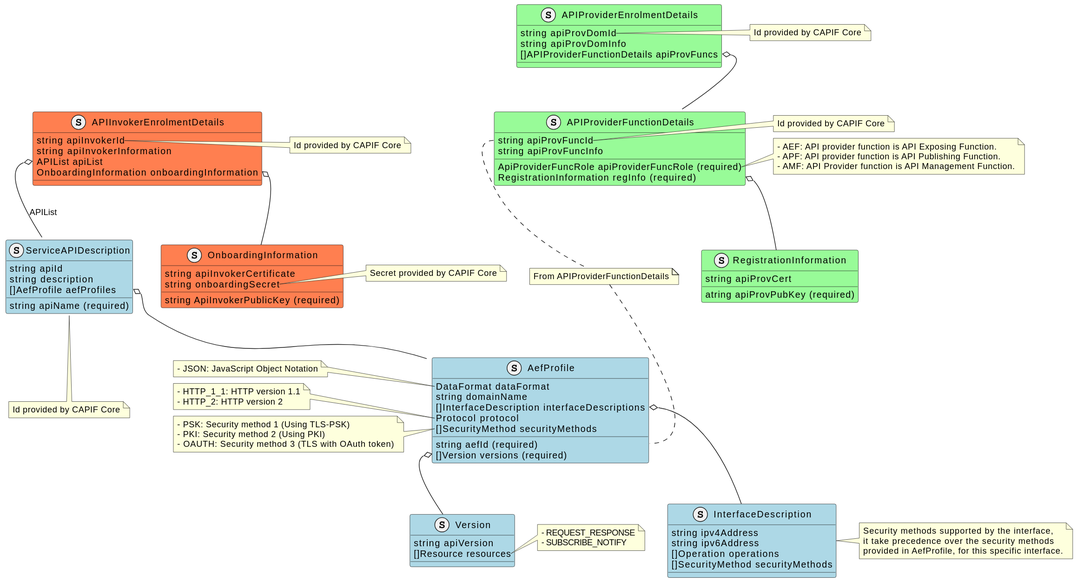
Earlier version of the PlantUML export capifcore/docs/diagrams/Information in rApp registration.svg (o-ran-sc/nonrtric-plt-sme).
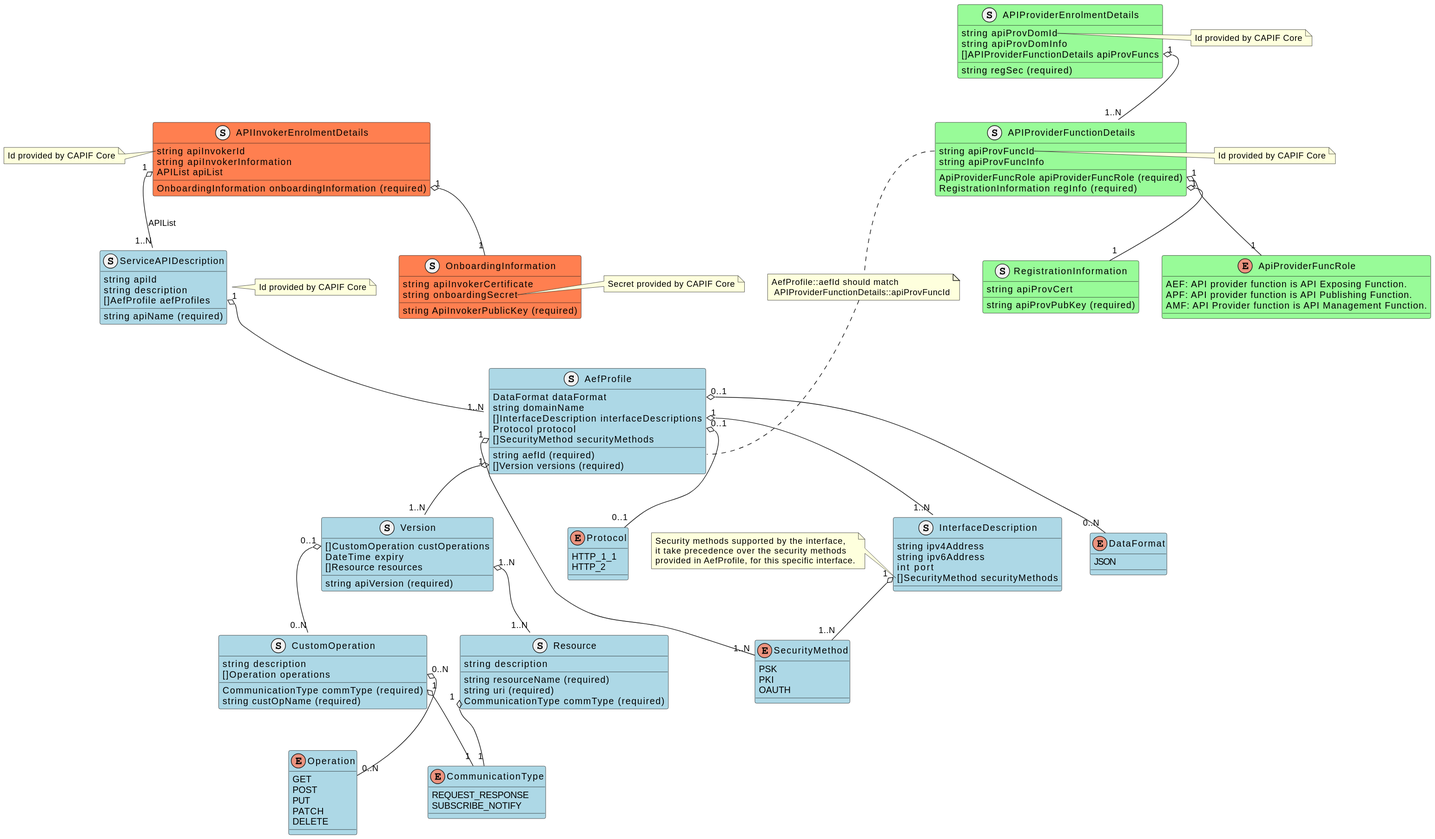
The same file after the commit.

Change to the diagram source:
```diff
@@ -3,6 +3,7 @@
     string apiProvDomId
     string apiProvDomInfo
     []APIProviderFunctionDetails apiProvFuncs
+    string regSec (required)
 }
 note right of APIProviderEnrolmentDetails::apiProvDomId
     Id provided by CAPIF Core
@@ -16,17 +17,18 @@
 note right of APIProviderFunctionDetails::apiProvFuncId
     Id provided by CAPIF Core
 end note
-note right of APIProviderFunctionDetails::apiProviderFuncRole
-    - AEF: API provider function is API Exposing Function.
-    - APF: API provider function is API Publishing Function.
-    - AMF: API Provider function is API Management Function.
-end note
+enum ApiProviderFuncRole #palegreen {
+    AEF: API provider function is API Exposing Function.
+    APF: API provider function is API Publishing Function.
+    AMF: API Provider function is API Management Function.
+}
 struct RegistrationInformation #palegreen {
     string apiProvCert
-    atring apiProvPubKey (required)
+    string apiProvPubKey (required)
 }
-APIProviderEnrolmentDetails::apiProvFuncs o-- APIProviderFunctionDetails
-APIProviderFunctionDetails::regInfo o-- RegistrationInformation
+APIProviderEnrolmentDetails::apiProvFuncs "1" o-- "1..N" APIProviderFunctionDetails
+APIProviderFunctionDetails::regInfo "1" o-- "1" RegistrationInformation
+APIProviderFunctionDetails::apiProviderFuncRole "1" o-- "1" ApiProviderFuncRole
 
 struct ServiceAPIDescription #lightblue {
     string apiId
@@ -34,7 +36,7 @@
     string description
     []AefProfile aefProfiles
 }
-note bottom of ServiceAPIDescription
+note right of ServiceAPIDescription
     Id provided by CAPIF Core
 end note
 struct AefProfile #lightblue {
@@ -46,49 +48,79 @@
     []SecurityMethod securityMethods
     []Version versions (required)
 }
-note left of AefProfile::dataFormat
-    - JSON: JavaScript Object Notation
-end note
-note left of AefProfile::protocol
-    - HTTP_1_1: HTTP version 1.1
-    - HTTP_2: HTTP version 2
-end note
-note left of AefProfile::securityMethods
-    - PSK: Security method 1 (Using TLS-PSK)
-    - PKI: Security method 2 (Using PKI)
-    - OAUTH: Security method 3 (TLS with OAuth token)
-end note
-note "From APIProviderFunctionDetails" as aefIdRel
+enum DataFormat #lightblue {
+    JSON
+}
+enum Protocol #lightblue {
+    HTTP_1_1
+    HTTP_2
+}
+note "AefProfile::aefId should match\n APIProviderFunctionDetails::apiProvFuncId" as aefIdRel
 APIProviderFunctionDetails::apiProvFuncId .. aefIdRel
 aefIdRel .. AefProfile::aefId
 struct InterfaceDescription #lightblue {
     string ipv4Address
     string ipv6Address
-    []Operation operations
+    int port
     []SecurityMethod securityMethods
 }
-note right of InterfaceDescription
+note left of InterfaceDescription::securityMethods
     Security methods supported by the interface,
     it take precedence over the security methods
     provided in AefProfile, for this specific interface.
 end note
 struct Version #lightblue {
-    string apiVersion
+    []CustomOperation custOperations
+    DateTime expiry
     []Resource resources
+    string apiVersion (required)
 }
-note right of Version::resources
-    - REQUEST_RESPONSE
-    - SUBSCRIBE_NOTIFY
-end note
-ServiceAPIDescription::aefProfiles o-- AefProfile
-AefProfile::interfaceDescriptions o-- InterfaceDescription
-AefProfile::versions o-- Version
+struct CustomOperation #lightblue {
+	CommunicationType commType (required)
+    string custOpName (required)
+    string description
+    []Operation operations
+}
+enum Operation #lightblue {
+    GET
+    POST
+    PUT
+    PATCH
+    DELETE
+}
+enum SecurityMethod #lightblue {
+    PSK
+    PKI
+    OAUTH
+}
+struct Resource #lightblue {
+    string resourceName (required)
+    string uri (required)
+    CommunicationType commType (required)
+    string description
+}
+enum CommunicationType #lightblue {
+    REQUEST_RESPONSE
+    SUBSCRIBE_NOTIFY
+}
+ServiceAPIDescription::aefProfiles "1" o-- "1..N" AefProfile
+AefProfile::interfaceDescriptions "1" o-- "1..N" InterfaceDescription
+AefProfile::protocol "0..1" o-- "0..1" Protocol
+AefProfile::securityMethods "1" o-- "1..N" SecurityMethod
+AefProfile::dataFormat "0..1" o-- "0..N" DataFormat
+InterfaceDescription::securityMethods "1" o-- "1..N" SecurityMethod
+AefProfile::versions "1" o-- "1..N" Version
+Version::resources "1..N" o-- "1..N" Resource
+Version::custOperations "0..1" o-- "0..N" CustomOperation
+CustomOperation::CommunicationType "1" o-- "1" CommunicationType
+CustomOperation::operations "0..N" o-- "0..N" Operation
+Resource::commType "1" o-- "1" CommunicationType
 
 struct APIInvokerEnrolmentDetails #coral {
     string apiInvokerId
     string apiInvokerInformation
     APIList apiList
-    OnboardingInformation onboardingInformation
+    OnboardingInformation onboardingInformation (required)
 }
 struct OnboardingInformation #coral {
     string apiInvokerCertificate
@@ -98,9 +130,9 @@
 note right of OnboardingInformation::onboardingSecret
     Secret provided by CAPIF Core
 end note
-note right of APIInvokerEnrolmentDetails::apiInvokerId
+note left of APIInvokerEnrolmentDetails::apiInvokerId
     Id provided by CAPIF Core
 end note
-APIInvokerEnrolmentDetails::apiList o-- ServiceAPIDescription : APIList
-APIInvokerEnrolmentDetails::onboardingInformation o-- OnboardingInformation
+APIInvokerEnrolmentDetails::apiList "1" o-- "1..N" ServiceAPIDescription : APIList
+APIInvokerEnrolmentDetails::onboardingInformation "1" o-- "1" OnboardingInformation
 @enduml
```
